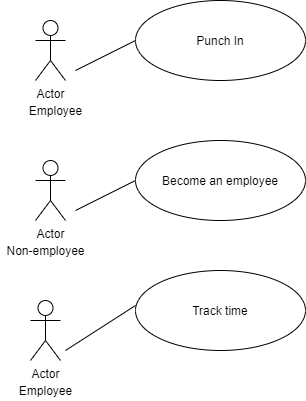
This is Use Case Model Diagram.png from code987-bio/alphalpha, a draw.io export, as it was before one commit. Source tidied: cells renumbered, new cells last; positions are measured from the earlier drawing's top-left corner, leaving out a move shared by most shapes. Source of this version:
```xml
<mxGraphModel>
  <root>
    <mxCell id="0" />
    <mxCell id="1" parent="0" />
    <mxCell id="2" value="Actor" style="shape=umlActor;verticalLabelPosition=bottom;verticalAlign=top;html=1;" parent="1" vertex="1">
      <mxGeometry x="35" y="20" width="30" height="60" as="geometry" />
    </mxCell>
    <mxCell id="3" value="Punch In" style="ellipse;whiteSpace=wrap;html=1;" parent="1" vertex="1">
      <mxGeometry x="135" width="170" height="80" as="geometry" />
    </mxCell>
    <mxCell id="4" style="endArrow=none;html=1;" parent="1" edge="1">
      <mxGeometry relative="1" as="geometry">
        <mxPoint x="75" y="70" as="sourcePoint" />
        <mxPoint x="135" y="40" as="targetPoint" />
      </mxGeometry>
    </mxCell>
    <mxCell id="5" value="Employee" style="text;html=1;align=center;verticalAlign=middle;" parent="1" vertex="1">
      <mxGeometry x="20" y="100" width="70" height="20" as="geometry" />
    </mxCell>
    <mxCell id="6" value="Actor" style="shape=umlActor;verticalLabelPosition=bottom;verticalAlign=top;html=1;" parent="1" vertex="1">
      <mxGeometry x="35" y="160" width="30" height="60" as="geometry" />
    </mxCell>
    <mxCell id="7" value="Non-employee" style="text;html=1;align=center;verticalAlign=middle;" parent="1" vertex="1">
      <mxGeometry y="240" width="90" height="20" as="geometry" />
    </mxCell>
    <mxCell id="8" value="Become an employee" style="ellipse;whiteSpace=wrap;html=1;" parent="1" vertex="1">
      <mxGeometry x="135" y="140" width="170" height="80" as="geometry" />
    </mxCell>
    <mxCell id="9" style="endArrow=none;html=1;entryX=0;entryY=0.5;entryDx=0;entryDy=0;" parent="1" edge="1" target="8">
      <mxGeometry relative="1" as="geometry">
        <mxPoint x="75" y="210" as="sourcePoint" />
      </mxGeometry>
    </mxCell>
    <mxCell id="10" value="Actor" style="shape=umlActor;verticalLabelPosition=bottom;verticalAlign=top;html=1;" parent="1" vertex="1">
      <mxGeometry x="30" y="300" width="30" height="60" as="geometry" />
    </mxCell>
    <mxCell id="11" value="Employee" style="text;html=1;align=center;verticalAlign=middle;" parent="1" vertex="1">
      <mxGeometry x="10" y="380" width="70" height="20" as="geometry" />
    </mxCell>
    <mxCell id="12" value="Track time" style="ellipse;whiteSpace=wrap;html=1;" parent="1" vertex="1">
      <mxGeometry x="135" y="270" width="170" height="80" as="geometry" />
    </mxCell>
    <mxCell id="13" style="endArrow=none;html=1;" parent="1" edge="1">
      <mxGeometry relative="1" as="geometry">
        <mxPoint x="65" y="350" as="sourcePoint" />
        <mxPoint x="135" y="305" as="targetPoint" />
      </mxGeometry>
    </mxCell>
  </root>
</mxGraphModel>
```
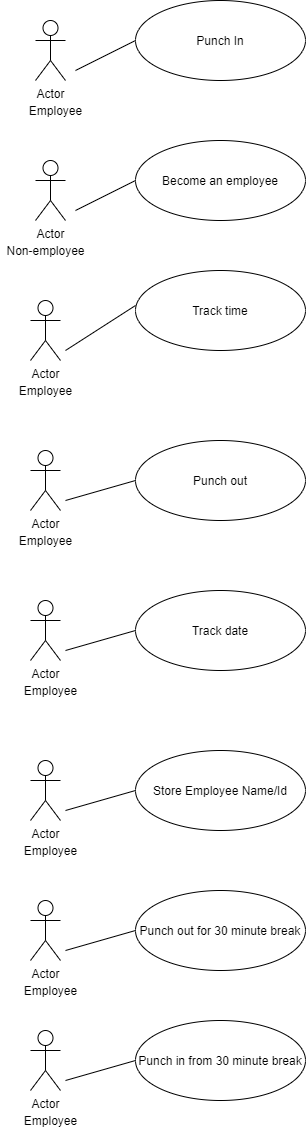
The same diagram one commit later.

Diff of the diagram source:
```diff
@@ -46,5 +46,80 @@
         <mxPoint x="135" y="305" as="targetPoint" />
       </mxGeometry>
     </mxCell>
+    <mxCell id="14" value="Actor" style="shape=umlActor;verticalLabelPosition=bottom;verticalAlign=top;html=1;" parent="1" vertex="1">
+      <mxGeometry x="30" y="450" width="30" height="60" as="geometry" />
+    </mxCell>
+    <mxCell id="15" value="Employee" style="text;html=1;align=center;verticalAlign=middle;" parent="1" vertex="1">
+      <mxGeometry x="10" y="530" width="70" height="20" as="geometry" />
+    </mxCell>
+    <mxCell id="16" value="Punch out" style="ellipse;whiteSpace=wrap;html=1;" parent="1" vertex="1">
+      <mxGeometry x="135" y="440" width="170" height="80" as="geometry" />
+    </mxCell>
+    <mxCell id="17" style="endArrow=none;html=1;" parent="1" edge="1">
+      <mxGeometry relative="1" as="geometry">
+        <mxPoint x="65" y="500" as="sourcePoint" />
+        <mxPoint x="135" y="480" as="targetPoint" />
+      </mxGeometry>
+    </mxCell>
+    <mxCell id="18" value="Actor" style="shape=umlActor;verticalLabelPosition=bottom;verticalAlign=top;html=1;" parent="1" vertex="1">
+      <mxGeometry x="30" y="600" width="30" height="60" as="geometry" />
+    </mxCell>
+    <mxCell id="19" value="Track date" style="ellipse;whiteSpace=wrap;html=1;" parent="1" vertex="1">
+      <mxGeometry x="135" y="590" width="170" height="80" as="geometry" />
+    </mxCell>
+    <mxCell id="20" style="endArrow=none;html=1;" parent="1" edge="1">
+      <mxGeometry relative="1" as="geometry">
+        <mxPoint x="65" y="650" as="sourcePoint" />
+        <mxPoint x="135" y="630" as="targetPoint" />
+      </mxGeometry>
+    </mxCell>
+    <mxCell id="21" value="Employee" style="text;html=1;align=center;verticalAlign=middle;" parent="1" vertex="1">
+      <mxGeometry x="15" y="680" width="70" height="20" as="geometry" />
+    </mxCell>
+    <mxCell id="22" value="Actor" style="shape=umlActor;verticalLabelPosition=bottom;verticalAlign=top;html=1;" parent="1" vertex="1">
+      <mxGeometry x="30" y="760" width="30" height="60" as="geometry" />
+    </mxCell>
+    <mxCell id="23" value="Store Employee Name/Id" style="ellipse;whiteSpace=wrap;html=1;" parent="1" vertex="1">
+      <mxGeometry x="135" y="750" width="170" height="80" as="geometry" />
+    </mxCell>
+    <mxCell id="24" style="endArrow=none;html=1;" parent="1" edge="1">
+      <mxGeometry relative="1" as="geometry">
+        <mxPoint x="65" y="810" as="sourcePoint" />
+        <mxPoint x="135" y="790" as="targetPoint" />
+      </mxGeometry>
+    </mxCell>
+    <mxCell id="25" value="Employee" style="text;html=1;align=center;verticalAlign=middle;" parent="1" vertex="1">
+      <mxGeometry x="15" y="840" width="70" height="20" as="geometry" />
+    </mxCell>
+    <mxCell id="26" value="Actor" style="shape=umlActor;verticalLabelPosition=bottom;verticalAlign=top;html=1;" parent="1" vertex="1">
+      <mxGeometry x="30" y="900" width="30" height="60" as="geometry" />
+    </mxCell>
+    <mxCell id="27" value="Punch out for 30 minute break" style="ellipse;whiteSpace=wrap;html=1;" parent="1" vertex="1">
+      <mxGeometry x="135" y="890" width="170" height="80" as="geometry" />
+    </mxCell>
+    <mxCell id="28" style="endArrow=none;html=1;" parent="1" edge="1">
+      <mxGeometry relative="1" as="geometry">
+        <mxPoint x="65" y="950" as="sourcePoint" />
+        <mxPoint x="135" y="930" as="targetPoint" />
+      </mxGeometry>
+    </mxCell>
+    <mxCell id="29" value="Employee" style="text;html=1;align=center;verticalAlign=middle;" parent="1" vertex="1">
+      <mxGeometry x="15" y="980" width="70" height="20" as="geometry" />
+    </mxCell>
+    <mxCell id="30" value="Actor" style="shape=umlActor;verticalLabelPosition=bottom;verticalAlign=top;html=1;" parent="1" vertex="1">
+      <mxGeometry x="30" y="1030" width="30" height="60" as="geometry" />
+    </mxCell>
+    <mxCell id="31" value="Punch in from 30 minute break" style="ellipse;whiteSpace=wrap;html=1;" parent="1" vertex="1">
+      <mxGeometry x="135" y="1020" width="170" height="80" as="geometry" />
+    </mxCell>
+    <mxCell id="32" style="endArrow=none;html=1;" parent="1" edge="1">
+      <mxGeometry relative="1" as="geometry">
+        <mxPoint x="65" y="1080" as="sourcePoint" />
+        <mxPoint x="135" y="1060" as="targetPoint" />
+      </mxGeometry>
+    </mxCell>
+    <mxCell id="33" value="Employee" style="text;html=1;align=center;verticalAlign=middle;" parent="1" vertex="1">
+      <mxGeometry x="15" y="1110" width="70" height="20" as="geometry" />
+    </mxCell>
   </root>
 </mxGraphModel>
```
